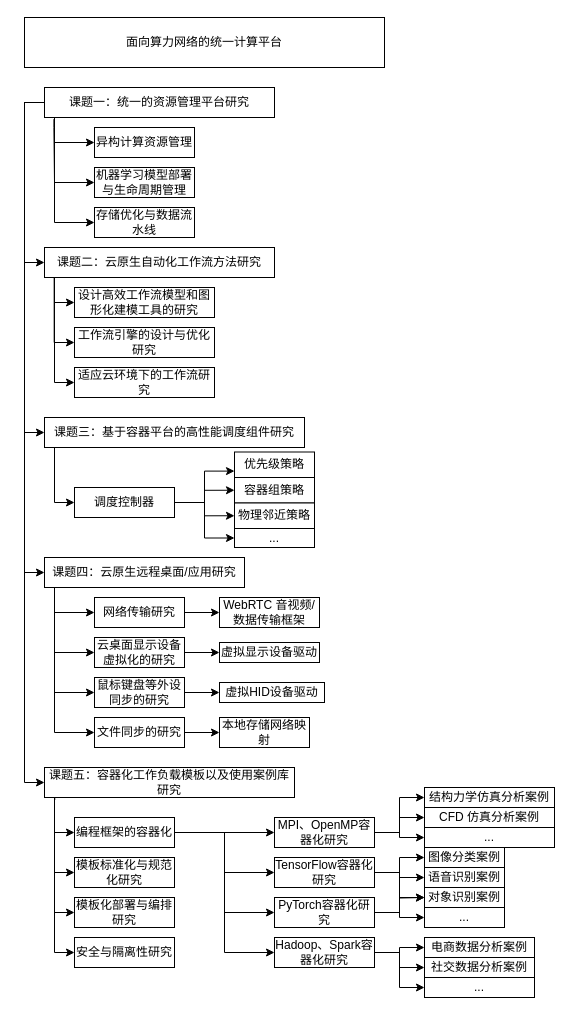
The draw.io diagram page "第 2 页" (2 of 3) of suanflow.drawio in Fruneng/drawio-storage, before the edit. Source tidied: cells renumbered, new cells numbered last; positions are measured from the earlier drawing's top-left corner, leaving out a move shared by most shapes. Both pictures are drawn from the tidied source at 100%, with x=0, y=0 at pixel (24, 17).
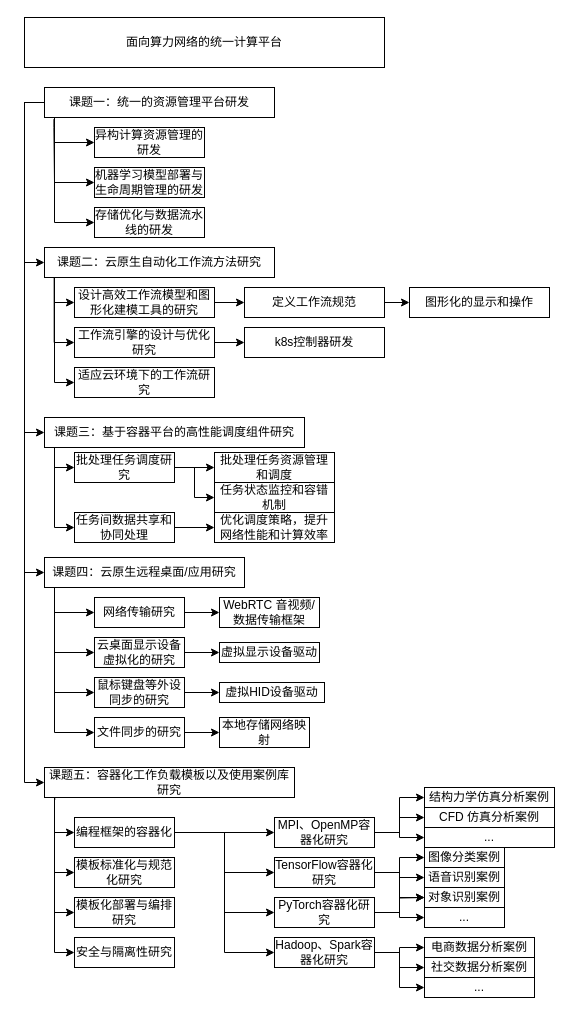
Above is the later version.

Unchanged cells that the change refers to:
```xml
<mxCell id="8" value="课题三：基于容器平台的高性能调度组件研究" style="rounded=0;whiteSpace=wrap;html=1;" parent="1" vertex="1">
  <mxGeometry x="20" y="400" width="260" height="30" as="geometry" />
</mxCell>
<mxCell id="35" value="设计高效工作流模型和图形化建模工具的研究&lt;span id=&quot;docs-internal-guid-376ce37a-7fff-ee3a-2dc1-978f2dc5cbd5&quot;&gt;&lt;/span&gt;&lt;span id=&quot;docs-internal-guid-e6472341-7fff-9afc-d7db-7e186d486a72&quot;&gt;&lt;/span&gt;&lt;span id=&quot;docs-internal-guid-e6472341-7fff-9afc-d7db-7e186d486a72&quot;&gt;&lt;/span&gt;" style="rounded=0;whiteSpace=wrap;html=1;" parent="1" vertex="1">
  <mxGeometry x="50" y="270" width="140" height="30" as="geometry" />
</mxCell>
<mxCell id="36" value="工作流引擎的设计与优化研究" style="rounded=0;whiteSpace=wrap;html=1;" parent="1" vertex="1">
  <mxGeometry x="50" y="310" width="140" height="30" as="geometry" />
</mxCell>
```

Diff of the diagram source:
```diff
@@
-    <mxCell id="4" value="课题一：统一的资源管理平台研究" style="rounded=0;whiteSpace=wrap;html=1;" parent="1" vertex="1">
+    <mxCell id="4" value="课题一：统一的资源管理平台研发" style="rounded=0;whiteSpace=wrap;html=1;" parent="1" vertex="1">
       <mxGeometry x="20" y="70" width="230" height="30" as="geometry" />
     </mxCell>
@@
     <mxCell id="7" style="edgeStyle=orthogonalEdgeStyle;rounded=0;jettySize=auto;html=1;entryX=0;entryY=0.5;entryDx=0;entryDy=0;" parent="1" edge="1" source="8" target="46">
       <mxGeometry relative="1" as="geometry">
         <Array as="points">
-          <mxPoint x="30" y="485" />
+          <mxPoint x="30" y="450" />
         </Array>
       </mxGeometry>
     </mxCell>
@@
+    <mxCell id="87" style="edgeStyle=orthogonalEdgeStyle;rounded=0;jettySize=auto;html=1;entryX=0;entryY=0.5;entryDx=0;entryDy=0;" parent="1" edge="1" source="35" target="92">
+      <mxGeometry relative="1" as="geometry" />
+    </mxCell>
@@
+    <mxCell id="88" style="edgeStyle=orthogonalEdgeStyle;rounded=0;jettySize=auto;html=1;" parent="1" edge="1" source="36" target="94">
+      <mxGeometry relative="1" as="geometry" />
+    </mxCell>
@@
-    <mxCell id="42" style="edgeStyle=orthogonalEdgeStyle;rounded=0;jettySize=auto;html=1;entryX=0;entryY=0.5;entryDx=0;entryDy=0;" parent="1" edge="1" source="46" target="48">
-      <mxGeometry relative="1" as="geometry" />
-    </mxCell>
-    <mxCell id="43" style="edgeStyle=orthogonalEdgeStyle;rounded=0;jettySize=auto;html=1;entryX=0;entryY=0.5;entryDx=0;entryDy=0;" parent="1" edge="1" source="46" target="49">
-      <mxGeometry relative="1" as="geometry" />
-    </mxCell>
-    <mxCell id="44" style="edgeStyle=orthogonalEdgeStyle;rounded=0;jettySize=auto;html=1;entryX=0;entryY=0.5;entryDx=0;entryDy=0;" parent="1" edge="1" source="46" target="50">
-      <mxGeometry relative="1" as="geometry" />
-    </mxCell>
-    <mxCell id="45" style="edgeStyle=orthogonalEdgeStyle;rounded=0;jettySize=auto;html=1;entryX=0;entryY=0.75;entryDx=0;entryDy=0;" parent="1" edge="1" source="46" target="47">
-      <mxGeometry relative="1" as="geometry" />
-    </mxCell>
+    <mxCell id="89" style="edgeStyle=orthogonalEdgeStyle;rounded=0;jettySize=auto;html=1;entryX=0;entryY=0.5;entryDx=0;entryDy=0;" parent="1" edge="1" source="46" target="95">
+      <mxGeometry relative="1" as="geometry" />
+    </mxCell>
+    <mxCell id="90" style="edgeStyle=orthogonalEdgeStyle;rounded=0;jettySize=auto;html=1;entryX=0;entryY=0.5;entryDx=0;entryDy=0;" parent="1" edge="1" source="46" target="96">
+      <mxGeometry relative="1" as="geometry" />
+    </mxCell>
-    <mxCell id="46" value="调度控制器" style="rounded=0;whiteSpace=wrap;html=1;" parent="1" vertex="1">
-      <mxGeometry x="50" y="470" width="100" height="30" as="geometry" />
+    <mxCell id="46" value="批处理任务调度研究" style="rounded=0;whiteSpace=wrap;html=1;" parent="1" vertex="1">
+      <mxGeometry x="50" y="435" width="100" height="30" as="geometry" />
     </mxCell>
-    <mxCell id="47" value="优先级策略" style="rounded=0;whiteSpace=wrap;html=1;" parent="1" vertex="1">
-      <mxGeometry x="210" y="434.5" width="80" height="25.5" as="geometry" />
-    </mxCell>
-    <mxCell id="48" value="容器组策略" style="rounded=0;whiteSpace=wrap;html=1;" parent="1" vertex="1">
-      <mxGeometry x="210" y="460" width="80" height="25.5" as="geometry" />
-    </mxCell>
-    <mxCell id="49" value="物理邻近策略" style="rounded=0;whiteSpace=wrap;html=1;" parent="1" vertex="1">
-      <mxGeometry x="210" y="485.5" width="80" height="25.5" as="geometry" />
-    </mxCell>
-    <mxCell id="50" value="..." style="rounded=0;whiteSpace=wrap;html=1;" parent="1" vertex="1">
-      <mxGeometry x="210" y="511" width="80" height="19" as="geometry" />
-    </mxCell>
-    <mxCell id="51" value="异构计算资源管理&lt;span id=&quot;docs-internal-guid-b4524b6a-7fff-c92a-5bed-5def69eb2762&quot;&gt;&lt;/span&gt;" style="rounded=0;whiteSpace=wrap;html=1;" parent="1" vertex="1">
-      <mxGeometry x="70" y="110" width="100" height="30" as="geometry" />
+    <mxCell id="51" value="异构计算资源管理的研发&lt;span id=&quot;docs-internal-guid-b4524b6a-7fff-c92a-5bed-5def69eb2762&quot;&gt;&lt;/span&gt;" style="rounded=0;whiteSpace=wrap;html=1;" parent="1" vertex="1">
+      <mxGeometry x="70" y="110" width="110" height="30" as="geometry" />
     </mxCell>
-    <mxCell id="52" value="机器学习模型部署与生命周期管理" style="rounded=0;whiteSpace=wrap;html=1;" parent="1" vertex="1">
-      <mxGeometry x="70" y="150" width="100" height="30" as="geometry" />
+    <mxCell id="52" value="机器学习模型部署与生命周期管理的研发" style="rounded=0;whiteSpace=wrap;html=1;" parent="1" vertex="1">
+      <mxGeometry x="70" y="150" width="110" height="30" as="geometry" />
     </mxCell>
@@
-    <mxCell id="85" value="存储优化与数据流水线" style="rounded=0;whiteSpace=wrap;html=1;" parent="1" vertex="1">
-      <mxGeometry x="70" y="190" width="100" height="30" as="geometry" />
+    <mxCell id="85" value="存储优化与数据流水线的研发" style="rounded=0;whiteSpace=wrap;html=1;" parent="1" vertex="1">
+      <mxGeometry x="70" y="190" width="110" height="30" as="geometry" />
     </mxCell>
@@
+    <mxCell id="91" style="edgeStyle=orthogonalEdgeStyle;rounded=0;jettySize=auto;html=1;" parent="1" edge="1" source="92" target="93">
+      <mxGeometry relative="1" as="geometry" />
+    </mxCell>
+    <mxCell id="92" value="定义工作流规范&lt;span id=&quot;docs-internal-guid-e6472341-7fff-9afc-d7db-7e186d486a72&quot;&gt;&lt;/span&gt;" style="rounded=0;whiteSpace=wrap;html=1;" parent="1" vertex="1">
+      <mxGeometry x="220" y="270" width="140" height="30" as="geometry" />
+    </mxCell>
+    <mxCell id="93" value="图形化的显示和操作&lt;span id=&quot;docs-internal-guid-e6472341-7fff-9afc-d7db-7e186d486a72&quot;&gt;&lt;/span&gt;" style="rounded=0;whiteSpace=wrap;html=1;" parent="1" vertex="1">
+      <mxGeometry x="385" y="270" width="140" height="30" as="geometry" />
+    </mxCell>
+    <mxCell id="94" value="k8s控制器研发" style="rounded=0;whiteSpace=wrap;html=1;" parent="1" vertex="1">
+      <mxGeometry x="220" y="310" width="140" height="30" as="geometry" />
+    </mxCell>
+    <mxCell id="95" value="批处理任务资源管理和调度" style="rounded=0;whiteSpace=wrap;html=1;" parent="1" vertex="1">
+      <mxGeometry x="190" y="435" width="120" height="30" as="geometry" />
+    </mxCell>
+    <mxCell id="96" value="任务状态监控和容错机制" style="rounded=0;whiteSpace=wrap;html=1;" parent="1" vertex="1">
+      <mxGeometry x="190" y="465" width="120" height="30" as="geometry" />
+    </mxCell>
+    <mxCell id="97" style="edgeStyle=orthogonalEdgeStyle;rounded=0;jettySize=auto;html=1;" parent="1" edge="1" source="98" target="100">
+      <mxGeometry relative="1" as="geometry" />
+    </mxCell>
+    <mxCell id="98" value="任务间数据共享和协同处理&lt;span id=&quot;docs-internal-guid-63fff7fa-7fff-4808-c0dd-731214bb5be4&quot;&gt;&lt;/span&gt;" style="rounded=0;whiteSpace=wrap;html=1;" parent="1" vertex="1">
+      <mxGeometry x="50" y="495" width="100" height="30" as="geometry" />
+    </mxCell>
+    <mxCell id="99" style="edgeStyle=orthogonalEdgeStyle;rounded=0;jettySize=auto;html=1;entryX=0;entryY=0.5;entryDx=0;entryDy=0;" parent="1" edge="1" target="98">
+      <mxGeometry relative="1" as="geometry">
+        <mxPoint x="30" y="430" as="sourcePoint" />
+        <Array as="points">
+          <mxPoint x="30" y="510" />
+        </Array>
+      </mxGeometry>
+    </mxCell>
+    <mxCell id="100" value="优化调度策略，提升网络性能和计算效率" style="rounded=0;whiteSpace=wrap;html=1;" parent="1" vertex="1">
+      <mxGeometry x="190" y="495" width="120" height="30" as="geometry" />
+    </mxCell>
```
